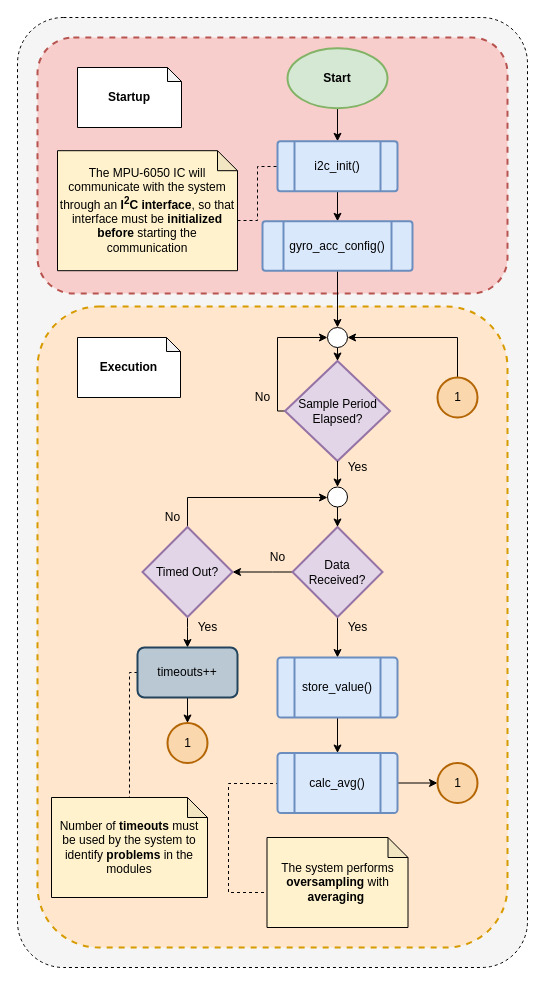
esrg-silent-howl/zephyrus keeps this draw.io diagram as page "Page-1" (1 of 2) of 3. Design/3. Software Specification/acc_gyro_flowchart.drawio. Above is the earlier version. Source tidied: cells renumbered, new cells numbered last; positions are measured from the earlier drawing's top-left corner, leaving out a move shared by most shapes. Both pictures are drawn from the tidied source at 100%, with x=0, y=0 at pixel (17, 17).
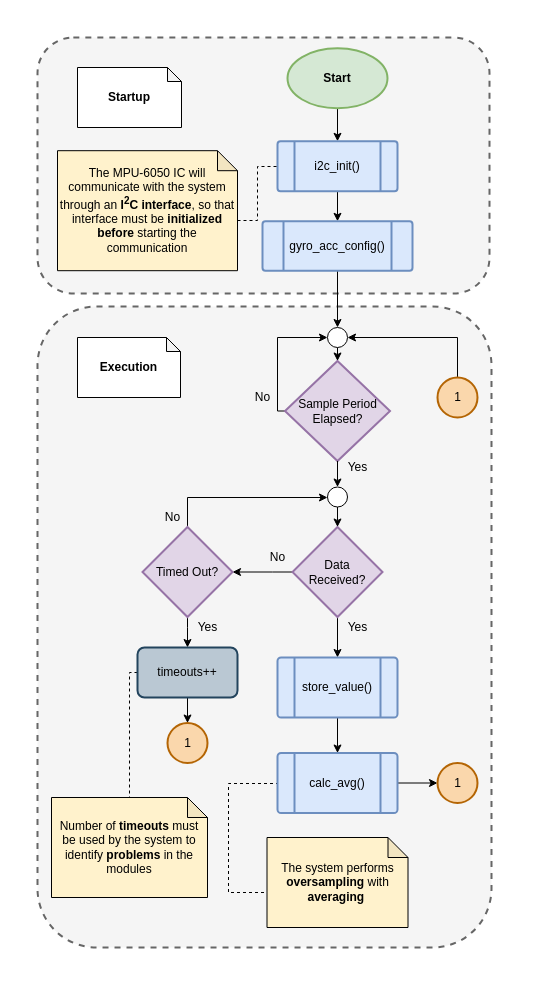
The same page after the edit.

Change to the diagram source:
```diff
@@
-    <mxCell id="2" style="rounded=1;whiteSpace=wrap;html=1;dashed=1;fillColor=#f5f5f5;strokeColor=#000000;fontColor=#333333;arcSize=9;" parent="1" vertex="1">
-      <mxGeometry width="510" height="950" as="geometry" />
-    </mxCell>
-    <mxCell id="3" style="rounded=1;whiteSpace=wrap;html=1;dashed=1;fillColor=#ffe6cc;strokeColor=#d79b00;arcSize=13;strokeWidth=2;" parent="1" vertex="1">
-      <mxGeometry x="20" y="289" width="470" height="641" as="geometry" />
+    <mxCell id="3" style="rounded=1;whiteSpace=wrap;html=1;dashed=1;fillColor=#f5f5f5;strokeColor=#666666;arcSize=13;strokeWidth=2;fontColor=#333333;" parent="1" vertex="1">
+      <mxGeometry x="20" y="289" width="454" height="641" as="geometry" />
     </mxCell>
-    <mxCell id="4" style="rounded=1;whiteSpace=wrap;html=1;dashed=1;fillColor=#f8cecc;strokeColor=#b85450;arcSize=14;strokeWidth=2;" parent="1" vertex="1">
-      <mxGeometry x="20" y="20" width="470" height="256" as="geometry" />
+    <mxCell id="4" style="rounded=1;whiteSpace=wrap;html=1;dashed=1;fillColor=#f5f5f5;strokeColor=#666666;arcSize=14;strokeWidth=2;fontColor=#333333;" parent="1" vertex="1">
+      <mxGeometry x="20" y="20" width="452" height="256" as="geometry" />
     </mxCell>
```
